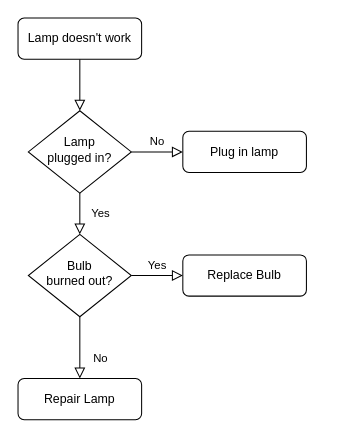
This is Untitled Diagram.drawio from Duyvuhakhanh/RPG, a draw.io file, before an edit. Source tidied: cells renumbered, new cells numbered last; positions are measured from the earlier drawing's top-left corner, leaving out a move shared by most shapes. Both pictures are drawn from the tidied source at 103%, with x=0, y=0 at pixel (18, 18).
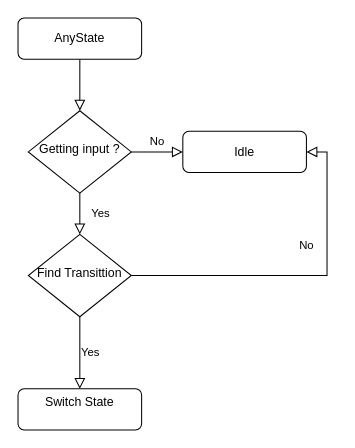
The same diagram, later.

What changed in the source:
```diff
@@
 <mxGraphModel>
   <root>
     <mxCell id="0" />
     <mxCell id="1" parent="0" />
     <mxCell id="2" style="rounded=0;html=1;jettySize=auto;fontSize=11;endArrow=block;endFill=0;endSize=8;strokeWidth=1;shadow=0;labelBackgroundColor=none;edgeStyle=orthogonalEdgeStyle;" parent="1" edge="1" source="3" target="6">
       <mxGeometry relative="1" as="geometry" />
     </mxCell>
-    <mxCell id="3" value="Lamp doesn't work" style="rounded=1;whiteSpace=wrap;html=1;fontSize=12;glass=0;strokeWidth=1;shadow=0;" parent="1" vertex="1">
+    <mxCell id="3" value="AnyState" style="rounded=1;whiteSpace=wrap;html=1;fontSize=12;glass=0;strokeWidth=1;shadow=0;" parent="1" vertex="1">
       <mxGeometry width="120" height="40" as="geometry" />
     </mxCell>
     <mxCell id="4" value="Yes" style="rounded=0;html=1;jettySize=auto;fontSize=11;endArrow=block;endFill=0;endSize=8;strokeWidth=1;shadow=0;labelBackgroundColor=none;edgeStyle=orthogonalEdgeStyle;" parent="1" edge="1" source="6" target="10">
       <mxGeometry y="20" relative="1" as="geometry" />
     </mxCell>
     <mxCell id="5" value="No" style="edgeStyle=orthogonalEdgeStyle;rounded=0;html=1;jettySize=auto;fontSize=11;endArrow=block;endFill=0;endSize=8;strokeWidth=1;shadow=0;labelBackgroundColor=none;" parent="1" edge="1" source="6" target="7">
       <mxGeometry y="10" relative="1" as="geometry" />
     </mxCell>
-    <mxCell id="6" value="Lamp&lt;br&gt;plugged in?" style="rhombus;whiteSpace=wrap;html=1;shadow=0;fontFamily=Helvetica;fontSize=12;align=center;strokeWidth=1;spacing=6;spacingTop=-4;" parent="1" vertex="1">
+    <mxCell id="6" value="Getting input ?" style="rhombus;whiteSpace=wrap;html=1;shadow=0;fontFamily=Helvetica;fontSize=12;align=center;strokeWidth=1;spacing=6;spacingTop=-4;" parent="1" vertex="1">
       <mxGeometry x="10" y="90" width="100" height="80" as="geometry" />
     </mxCell>
-    <mxCell id="7" value="Plug in lamp" style="rounded=1;whiteSpace=wrap;html=1;fontSize=12;glass=0;strokeWidth=1;shadow=0;" parent="1" vertex="1">
+    <mxCell id="7" value="Idle" style="rounded=1;whiteSpace=wrap;html=1;fontSize=12;glass=0;strokeWidth=1;shadow=0;" parent="1" vertex="1">
       <mxGeometry x="160" y="110" width="120" height="40" as="geometry" />
     </mxCell>
-    <mxCell id="8" value="No" style="rounded=0;html=1;jettySize=auto;fontSize=11;endArrow=block;endFill=0;endSize=8;strokeWidth=1;shadow=0;labelBackgroundColor=none;edgeStyle=orthogonalEdgeStyle;" parent="1" edge="1" source="10" target="11">
+    <mxCell id="8" value="No" style="rounded=0;html=1;jettySize=auto;fontSize=11;endArrow=block;endFill=0;endSize=8;strokeWidth=1;shadow=0;labelBackgroundColor=none;edgeStyle=orthogonalEdgeStyle;entryX=1;entryY=0.5;entryDx=0;entryDy=0;" parent="1" edge="1" source="10" target="7">
       <mxGeometry x="0.33" y="20" relative="1" as="geometry" />
     </mxCell>
     <mxCell id="9" value="Yes" style="edgeStyle=orthogonalEdgeStyle;rounded=0;html=1;jettySize=auto;fontSize=11;endArrow=block;endFill=0;endSize=8;strokeWidth=1;shadow=0;labelBackgroundColor=none;" parent="1" edge="1" source="10" target="12">
       <mxGeometry y="10" relative="1" as="geometry" />
     </mxCell>
-    <mxCell id="10" value="Bulb&lt;br&gt;burned out?" style="rhombus;whiteSpace=wrap;html=1;shadow=0;fontFamily=Helvetica;fontSize=12;align=center;strokeWidth=1;spacing=6;spacingTop=-4;" parent="1" vertex="1">
+    <mxCell id="10" value="Find Transittion" style="rhombus;whiteSpace=wrap;html=1;shadow=0;fontFamily=Helvetica;fontSize=12;align=center;strokeWidth=1;spacing=6;spacingTop=-4;" parent="1" vertex="1">
       <mxGeometry x="10" y="210" width="100" height="80" as="geometry" />
     </mxCell>
-    <mxCell id="11" value="Repair Lamp" style="rounded=1;whiteSpace=wrap;html=1;fontSize=12;glass=0;strokeWidth=1;shadow=0;" parent="1" vertex="1">
-      <mxGeometry y="350" width="120" height="40" as="geometry" />
-    </mxCell>
-    <mxCell id="12" value="Replace Bulb" style="rounded=1;whiteSpace=wrap;html=1;fontSize=12;glass=0;strokeWidth=1;shadow=0;" parent="1" vertex="1">
-      <mxGeometry x="160" y="230" width="120" height="40" as="geometry" />
+    <mxCell id="12" value="Switch State&lt;div&gt;&lt;br&gt;&lt;/div&gt;" style="rounded=1;whiteSpace=wrap;html=1;fontSize=12;glass=0;strokeWidth=1;shadow=0;" parent="1" vertex="1">
+      <mxGeometry y="360" width="120" height="40" as="geometry" />
     </mxCell>
   </root>
 </mxGraphModel>
```
